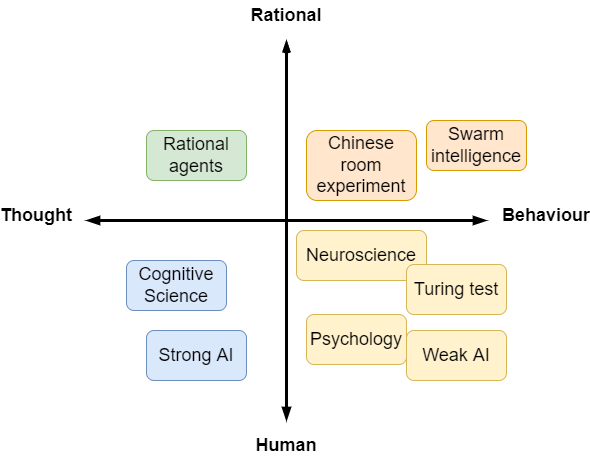
Earlier version of the draw.io export Year 1 - Block A/assets/2-2f.png (RebeccaBorski224315/study-assignments). Source tidied: cells renumbered, new cells last; positions are measured from the earlier drawing's top-left corner, leaving out a move shared by most shapes. The source it was exported from:
```xml
<mxGraphModel background="#ffffff">
  <root>
    <mxCell id="0" />
    <mxCell id="1" parent="0" />
    <mxCell id="2" style="endArrow=openThin;html=1;rounded=0;strokeWidth=3;startArrow=blockThin;startFill=1;endFill=0;sketch=0;labelBackgroundColor=default;labelBorderColor=none;" parent="1" edge="1">
      <mxGeometry relative="1" as="geometry">
        <mxPoint x="280" y="420" as="sourcePoint" />
        <mxPoint x="280" y="40" as="targetPoint" />
      </mxGeometry>
    </mxCell>
    <mxCell id="3" style="endArrow=blockThin;html=1;rounded=0;strokeWidth=3;endFill=1;startArrow=blockThin;startFill=1;sketch=0;labelBackgroundColor=default;labelBorderColor=none;" parent="1" edge="1">
      <mxGeometry relative="1" as="geometry">
        <mxPoint x="80" y="220" as="sourcePoint" />
        <mxPoint x="480" y="220" as="targetPoint" />
      </mxGeometry>
    </mxCell>
    <mxCell id="4" value="&lt;b&gt;&lt;font style=&quot;font-size: 18px;&quot;&gt;Rational&lt;/font&gt;&lt;/b&gt;" style="text;html=1;strokeColor=none;fillColor=none;align=center;verticalAlign=middle;whiteSpace=wrap;rounded=0;sketch=0;labelBackgroundColor=default;labelBorderColor=none;" parent="1" vertex="1">
      <mxGeometry x="250" width="60" height="30" as="geometry" />
    </mxCell>
    <mxCell id="5" value="&lt;b&gt;&lt;font style=&quot;font-size: 18px;&quot;&gt;Human&lt;/font&gt;&lt;/b&gt;" style="text;html=1;strokeColor=none;fillColor=none;align=center;verticalAlign=middle;whiteSpace=wrap;rounded=0;sketch=0;labelBackgroundColor=default;labelBorderColor=none;" parent="1" vertex="1">
      <mxGeometry x="250" y="430" width="60" height="30" as="geometry" />
    </mxCell>
    <mxCell id="6" value="&lt;b&gt;&lt;font style=&quot;font-size: 18px;&quot;&gt;Behaviour&lt;/font&gt;&lt;/b&gt;" style="text;html=1;strokeColor=none;fillColor=none;align=center;verticalAlign=middle;whiteSpace=wrap;rounded=0;sketch=0;labelBackgroundColor=default;labelBorderColor=none;" parent="1" vertex="1">
      <mxGeometry x="510" y="200" width="60" height="30" as="geometry" />
    </mxCell>
    <mxCell id="7" value="&lt;b&gt;&lt;font style=&quot;font-size: 18px;&quot;&gt;Thought&lt;/font&gt;&lt;/b&gt;" style="text;html=1;strokeColor=none;fillColor=none;align=center;verticalAlign=middle;whiteSpace=wrap;rounded=0;sketch=0;labelBackgroundColor=default;labelBorderColor=none;" parent="1" vertex="1">
      <mxGeometry y="200" width="60" height="30" as="geometry" />
    </mxCell>
    <mxCell id="8" value="Weak AI" style="rounded=1;whiteSpace=wrap;html=1;fontSize=18;fillColor=#fff2cc;strokeColor=#d6b656;" parent="1" vertex="1">
      <mxGeometry x="400" y="330" width="100" height="50" as="geometry" />
    </mxCell>
    <mxCell id="9" value="Rational agents" style="rounded=1;whiteSpace=wrap;html=1;fontSize=18;fillColor=#d5e8d4;strokeColor=#82b366;" parent="1" vertex="1">
      <mxGeometry x="140" y="130" width="100" height="50" as="geometry" />
    </mxCell>
    <mxCell id="10" value="Psychology" style="rounded=1;whiteSpace=wrap;html=1;fontSize=18;fillColor=#fff2cc;strokeColor=#d6b656;" parent="1" vertex="1">
      <mxGeometry x="300" y="314" width="100" height="50" as="geometry" />
    </mxCell>
    <mxCell id="11" value="Strong AI" style="rounded=1;whiteSpace=wrap;html=1;fontSize=18;fillColor=#dae8fc;strokeColor=#6c8ebf;" parent="1" vertex="1">
      <mxGeometry x="140" y="330" width="100" height="50" as="geometry" />
    </mxCell>
    <mxCell id="12" value="Swarm intelligence" style="rounded=1;whiteSpace=wrap;html=1;fontSize=18;fillColor=#ffe6cc;strokeColor=#d79b00;" parent="1" vertex="1">
      <mxGeometry x="420" y="120" width="100" height="50" as="geometry" />
    </mxCell>
    <mxCell id="13" value="Chinese room experiment" style="rounded=1;whiteSpace=wrap;html=1;fontSize=18;fillColor=#ffe6cc;strokeColor=#d79b00;" parent="1" vertex="1">
      <mxGeometry x="300" y="130" width="110" height="70" as="geometry" />
    </mxCell>
    <mxCell id="14" value="Cognitive Science" style="rounded=1;whiteSpace=wrap;html=1;fontSize=18;fillColor=#dae8fc;strokeColor=#6c8ebf;" parent="1" vertex="1">
      <mxGeometry x="120" y="260" width="100" height="50" as="geometry" />
    </mxCell>
    <mxCell id="15" value="Neuroscience" style="rounded=1;whiteSpace=wrap;html=1;fontSize=18;fillColor=#fff2cc;strokeColor=#d6b656;" parent="1" vertex="1">
      <mxGeometry x="290" y="230" width="130" height="50" as="geometry" />
    </mxCell>
    <mxCell id="16" style="edgeStyle=orthogonalEdgeStyle;rounded=0;orthogonalLoop=1;jettySize=auto;html=1;exitX=0.5;exitY=1;exitDx=0;exitDy=0;strokeWidth=3;fontSize=18;startArrow=blockThin;startFill=1;endArrow=blockThin;endFill=1;" parent="1" edge="1" source="11" target="11">
      <mxGeometry relative="1" as="geometry" />
    </mxCell>
    <mxCell id="17" value="Turing test" style="rounded=1;whiteSpace=wrap;html=1;fontSize=18;fillColor=#fff2cc;strokeColor=#d6b656;" parent="1" vertex="1">
      <mxGeometry x="400" y="264" width="100" height="50" as="geometry" />
    </mxCell>
  </root>
</mxGraphModel>
```
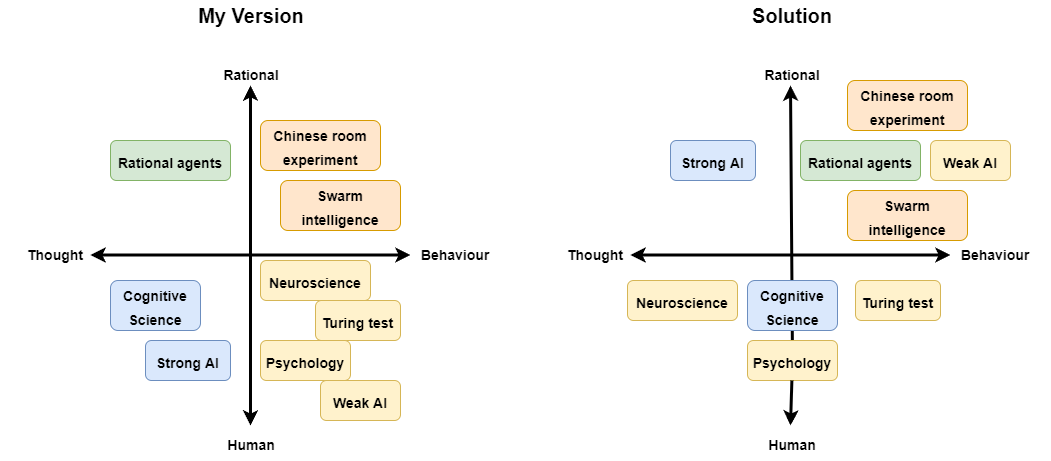
Later version of the same file.

Commit message:
adding the correct answer to 2.2f

What changed in the source:
```diff
@@ -1,60 +1,118 @@
-<mxGraphModel background="#ffffff">
+<mxGraphModel>
   <root>
     <mxCell id="0" />
     <mxCell id="1" parent="0" />
-    <mxCell id="2" style="endArrow=openThin;html=1;rounded=0;strokeWidth=3;startArrow=blockThin;startFill=1;endFill=0;sketch=0;labelBackgroundColor=default;labelBorderColor=none;" parent="1" edge="1">
-      <mxGeometry relative="1" as="geometry">
-        <mxPoint x="280" y="420" as="sourcePoint" />
-        <mxPoint x="280" y="40" as="targetPoint" />
-      </mxGeometry>
-    </mxCell>
-    <mxCell id="3" style="endArrow=blockThin;html=1;rounded=0;strokeWidth=3;endFill=1;startArrow=blockThin;startFill=1;sketch=0;labelBackgroundColor=default;labelBorderColor=none;" parent="1" edge="1">
-      <mxGeometry relative="1" as="geometry">
-        <mxPoint x="80" y="220" as="sourcePoint" />
-        <mxPoint x="480" y="220" as="targetPoint" />
-      </mxGeometry>
-    </mxCell>
-    <mxCell id="4" value="&lt;b&gt;&lt;font style=&quot;font-size: 18px;&quot;&gt;Rational&lt;/font&gt;&lt;/b&gt;" style="text;html=1;strokeColor=none;fillColor=none;align=center;verticalAlign=middle;whiteSpace=wrap;rounded=0;sketch=0;labelBackgroundColor=default;labelBorderColor=none;" parent="1" vertex="1">
-      <mxGeometry x="250" width="60" height="30" as="geometry" />
-    </mxCell>
-    <mxCell id="5" value="&lt;b&gt;&lt;font style=&quot;font-size: 18px;&quot;&gt;Human&lt;/font&gt;&lt;/b&gt;" style="text;html=1;strokeColor=none;fillColor=none;align=center;verticalAlign=middle;whiteSpace=wrap;rounded=0;sketch=0;labelBackgroundColor=default;labelBorderColor=none;" parent="1" vertex="1">
-      <mxGeometry x="250" y="430" width="60" height="30" as="geometry" />
-    </mxCell>
-    <mxCell id="6" value="&lt;b&gt;&lt;font style=&quot;font-size: 18px;&quot;&gt;Behaviour&lt;/font&gt;&lt;/b&gt;" style="text;html=1;strokeColor=none;fillColor=none;align=center;verticalAlign=middle;whiteSpace=wrap;rounded=0;sketch=0;labelBackgroundColor=default;labelBorderColor=none;" parent="1" vertex="1">
-      <mxGeometry x="510" y="200" width="60" height="30" as="geometry" />
-    </mxCell>
-    <mxCell id="7" value="&lt;b&gt;&lt;font style=&quot;font-size: 18px;&quot;&gt;Thought&lt;/font&gt;&lt;/b&gt;" style="text;html=1;strokeColor=none;fillColor=none;align=center;verticalAlign=middle;whiteSpace=wrap;rounded=0;sketch=0;labelBackgroundColor=default;labelBorderColor=none;" parent="1" vertex="1">
-      <mxGeometry y="200" width="60" height="30" as="geometry" />
-    </mxCell>
-    <mxCell id="8" value="Weak AI" style="rounded=1;whiteSpace=wrap;html=1;fontSize=18;fillColor=#fff2cc;strokeColor=#d6b656;" parent="1" vertex="1">
-      <mxGeometry x="400" y="330" width="100" height="50" as="geometry" />
-    </mxCell>
-    <mxCell id="9" value="Rational agents" style="rounded=1;whiteSpace=wrap;html=1;fontSize=18;fillColor=#d5e8d4;strokeColor=#82b366;" parent="1" vertex="1">
-      <mxGeometry x="140" y="130" width="100" height="50" as="geometry" />
-    </mxCell>
-    <mxCell id="10" value="Psychology" style="rounded=1;whiteSpace=wrap;html=1;fontSize=18;fillColor=#fff2cc;strokeColor=#d6b656;" parent="1" vertex="1">
-      <mxGeometry x="300" y="314" width="100" height="50" as="geometry" />
-    </mxCell>
-    <mxCell id="11" value="Strong AI" style="rounded=1;whiteSpace=wrap;html=1;fontSize=18;fillColor=#dae8fc;strokeColor=#6c8ebf;" parent="1" vertex="1">
-      <mxGeometry x="140" y="330" width="100" height="50" as="geometry" />
-    </mxCell>
-    <mxCell id="12" value="Swarm intelligence" style="rounded=1;whiteSpace=wrap;html=1;fontSize=18;fillColor=#ffe6cc;strokeColor=#d79b00;" parent="1" vertex="1">
-      <mxGeometry x="420" y="120" width="100" height="50" as="geometry" />
-    </mxCell>
-    <mxCell id="13" value="Chinese room experiment" style="rounded=1;whiteSpace=wrap;html=1;fontSize=18;fillColor=#ffe6cc;strokeColor=#d79b00;" parent="1" vertex="1">
-      <mxGeometry x="300" y="130" width="110" height="70" as="geometry" />
-    </mxCell>
-    <mxCell id="14" value="Cognitive Science" style="rounded=1;whiteSpace=wrap;html=1;fontSize=18;fillColor=#dae8fc;strokeColor=#6c8ebf;" parent="1" vertex="1">
-      <mxGeometry x="120" y="260" width="100" height="50" as="geometry" />
-    </mxCell>
-    <mxCell id="15" value="Neuroscience" style="rounded=1;whiteSpace=wrap;html=1;fontSize=18;fillColor=#fff2cc;strokeColor=#d6b656;" parent="1" vertex="1">
-      <mxGeometry x="290" y="230" width="130" height="50" as="geometry" />
-    </mxCell>
-    <mxCell id="16" style="edgeStyle=orthogonalEdgeStyle;rounded=0;orthogonalLoop=1;jettySize=auto;html=1;exitX=0.5;exitY=1;exitDx=0;exitDy=0;strokeWidth=3;fontSize=18;startArrow=blockThin;startFill=1;endArrow=blockThin;endFill=1;" parent="1" edge="1" source="11" target="11">
-      <mxGeometry relative="1" as="geometry" />
-    </mxCell>
-    <mxCell id="17" value="Turing test" style="rounded=1;whiteSpace=wrap;html=1;fontSize=18;fillColor=#fff2cc;strokeColor=#d6b656;" parent="1" vertex="1">
-      <mxGeometry x="400" y="264" width="100" height="50" as="geometry" />
-    </mxCell>
+    <mxCell id="18" style="endArrow=classic;startArrow=classic;html=1;rounded=0;strokeWidth=3;" parent="1" edge="1">
+      <mxGeometry relative="1" as="geometry">
+        <mxPoint x="120" y="345" as="sourcePoint" />
+        <mxPoint x="120" y="5" as="targetPoint" />
+      </mxGeometry>
+    </mxCell>
+    <mxCell id="19" style="endArrow=classic;startArrow=classic;html=1;rounded=0;strokeWidth=3;" parent="1" edge="1">
+      <mxGeometry relative="1" as="geometry">
+        <mxPoint x="-40" y="174.5" as="sourcePoint" />
+        <mxPoint x="280" y="174.5" as="targetPoint" />
+      </mxGeometry>
+    </mxCell>
+    <mxCell id="20" style="endArrow=classic;startArrow=none;html=1;rounded=0;strokeWidth=3;" parent="1" edge="1" source="48">
+      <mxGeometry relative="1" as="geometry">
+        <mxPoint x="660" y="5" as="targetPoint" />
+      </mxGeometry>
+    </mxCell>
+    <mxCell id="21" style="endArrow=classic;startArrow=classic;html=1;rounded=0;strokeWidth=3;" parent="1" edge="1">
+      <mxGeometry relative="1" as="geometry">
+        <mxPoint x="500" y="174.5" as="sourcePoint" />
+        <mxPoint x="820" y="174.5" as="targetPoint" />
+      </mxGeometry>
+    </mxCell>
+    <mxCell id="22" value="&lt;b style=&quot;font-size: 20px;&quot;&gt;&lt;font style=&quot;font-size: 20px;&quot;&gt;My Version&lt;/font&gt;&lt;/b&gt;" style="text;html=1;align=center;verticalAlign=middle;whiteSpace=wrap;rounded=0;fontSize=20;" parent="1" vertex="1">
+      <mxGeometry x="66" y="-80" width="110" height="30" as="geometry" />
+    </mxCell>
+    <mxCell id="23" value="&lt;b style=&quot;font-size: 20px;&quot;&gt;&lt;font style=&quot;font-size: 20px;&quot;&gt;Solution&lt;/font&gt;&lt;/b&gt;" style="text;html=1;strokeColor=none;fillColor=none;align=center;verticalAlign=middle;whiteSpace=wrap;rounded=0;fontSize=20;" parent="1" vertex="1">
+      <mxGeometry x="607" y="-80" width="110" height="30" as="geometry" />
+    </mxCell>
+    <mxCell id="24" value="&lt;b&gt;&lt;font style=&quot;font-size: 14px;&quot;&gt;Rational&lt;/font&gt;&lt;/b&gt;" style="text;html=1;strokeColor=none;fillColor=none;align=center;verticalAlign=middle;whiteSpace=wrap;rounded=0;" parent="1" vertex="1">
+      <mxGeometry x="66" y="-20" width="110" height="30" as="geometry" />
+    </mxCell>
+    <mxCell id="25" value="&lt;b&gt;&lt;font style=&quot;font-size: 14px;&quot;&gt;Rational&lt;/font&gt;&lt;/b&gt;" style="text;html=1;strokeColor=none;fillColor=none;align=center;verticalAlign=middle;whiteSpace=wrap;rounded=0;" parent="1" vertex="1">
+      <mxGeometry x="607" y="-20" width="110" height="30" as="geometry" />
+    </mxCell>
+    <mxCell id="26" value="&lt;b&gt;&lt;font style=&quot;font-size: 14px;&quot;&gt;Human&lt;/font&gt;&lt;/b&gt;" style="text;html=1;strokeColor=none;fillColor=none;align=center;verticalAlign=middle;whiteSpace=wrap;rounded=0;" parent="1" vertex="1">
+      <mxGeometry x="66" y="350" width="110" height="30" as="geometry" />
+    </mxCell>
+    <mxCell id="27" value="&lt;b&gt;&lt;font style=&quot;font-size: 14px;&quot;&gt;Human&lt;/font&gt;&lt;/b&gt;" style="text;html=1;strokeColor=none;fillColor=none;align=center;verticalAlign=middle;whiteSpace=wrap;rounded=0;" parent="1" vertex="1">
+      <mxGeometry x="607" y="350" width="110" height="30" as="geometry" />
+    </mxCell>
+    <mxCell id="28" value="&lt;b&gt;&lt;font style=&quot;font-size: 14px;&quot;&gt;Thought&lt;/font&gt;&lt;/b&gt;" style="text;html=1;strokeColor=none;fillColor=none;align=center;verticalAlign=middle;whiteSpace=wrap;rounded=0;" parent="1" vertex="1">
+      <mxGeometry x="-130" y="160" width="110" height="30" as="geometry" />
+    </mxCell>
+    <mxCell id="29" value="&lt;b&gt;&lt;font style=&quot;font-size: 14px;&quot;&gt;Thought&lt;/font&gt;&lt;/b&gt;" style="text;html=1;strokeColor=none;fillColor=none;align=center;verticalAlign=middle;whiteSpace=wrap;rounded=0;" parent="1" vertex="1">
+      <mxGeometry x="410" y="160" width="110" height="30" as="geometry" />
+    </mxCell>
+    <mxCell id="30" value="&lt;b&gt;&lt;font style=&quot;font-size: 14px;&quot;&gt;Behaviour&lt;/font&gt;&lt;/b&gt;" style="text;html=1;strokeColor=none;fillColor=none;align=center;verticalAlign=middle;whiteSpace=wrap;rounded=0;" parent="1" vertex="1">
+      <mxGeometry x="270" y="160" width="110" height="30" as="geometry" />
+    </mxCell>
+    <mxCell id="31" value="&lt;b&gt;&lt;font style=&quot;font-size: 14px;&quot;&gt;Behaviour&lt;/font&gt;&lt;/b&gt;" style="text;html=1;strokeColor=none;fillColor=none;align=center;verticalAlign=middle;whiteSpace=wrap;rounded=0;" parent="1" vertex="1">
+      <mxGeometry x="810" y="160" width="110" height="30" as="geometry" />
+    </mxCell>
+    <mxCell id="32" value="&lt;font style=&quot;font-size: 14px;&quot;&gt;&lt;b&gt;Rational agents&lt;/b&gt;&lt;/font&gt;" style="rounded=1;whiteSpace=wrap;html=1;fontSize=20;fillColor=#d5e8d4;strokeColor=#82b366;" parent="1" vertex="1">
+      <mxGeometry x="-20" y="60" width="120" height="40" as="geometry" />
+    </mxCell>
+    <mxCell id="33" value="&lt;font style=&quot;font-size: 14px;&quot;&gt;&lt;b&gt;Rational agents&lt;/b&gt;&lt;/font&gt;" style="rounded=1;whiteSpace=wrap;html=1;fontSize=20;fillColor=#d5e8d4;strokeColor=#82b366;" parent="1" vertex="1">
+      <mxGeometry x="670" y="60" width="120" height="40" as="geometry" />
+    </mxCell>
+    <mxCell id="34" value="&lt;font style=&quot;font-size: 14px;&quot;&gt;&lt;b&gt;Chinese room experiment&lt;/b&gt;&lt;/font&gt;" style="rounded=1;whiteSpace=wrap;html=1;fontSize=20;fillColor=#ffe6cc;strokeColor=#d79b00;" parent="1" vertex="1">
+      <mxGeometry x="130" y="40" width="120" height="50" as="geometry" />
+    </mxCell>
+    <mxCell id="35" value="&lt;font style=&quot;font-size: 14px;&quot;&gt;&lt;b&gt;Chinese room experiment&lt;/b&gt;&lt;/font&gt;" style="rounded=1;whiteSpace=wrap;html=1;fontSize=20;fillColor=#ffe6cc;strokeColor=#d79b00;" parent="1" vertex="1">
+      <mxGeometry x="717" width="120" height="50" as="geometry" />
+    </mxCell>
+    <mxCell id="36" value="&lt;font style=&quot;font-size: 14px;&quot;&gt;&lt;b&gt;Swarm intelligence&lt;/b&gt;&lt;/font&gt;" style="rounded=1;whiteSpace=wrap;html=1;fontSize=20;fillColor=#ffe6cc;strokeColor=#d79b00;" parent="1" vertex="1">
+      <mxGeometry x="150" y="100" width="120" height="50" as="geometry" />
+    </mxCell>
+    <mxCell id="37" value="&lt;font style=&quot;font-size: 14px;&quot;&gt;&lt;b&gt;Swarm intelligence&lt;/b&gt;&lt;/font&gt;" style="rounded=1;whiteSpace=wrap;html=1;fontSize=20;fillColor=#ffe6cc;strokeColor=#d79b00;" parent="1" vertex="1">
+      <mxGeometry x="717" y="110" width="120" height="50" as="geometry" />
+    </mxCell>
+    <mxCell id="38" value="&lt;font style=&quot;font-size: 14px;&quot;&gt;&lt;b&gt;Cognitive Science&lt;/b&gt;&lt;/font&gt;" style="rounded=1;whiteSpace=wrap;html=1;fontSize=20;fillColor=#dae8fc;strokeColor=#6c8ebf;" parent="1" vertex="1">
+      <mxGeometry x="-20" y="200" width="90" height="50" as="geometry" />
+    </mxCell>
+    <mxCell id="39" value="&lt;font style=&quot;font-size: 14px;&quot;&gt;&lt;b&gt;Cognitive Science&lt;/b&gt;&lt;/font&gt;" style="rounded=1;whiteSpace=wrap;html=1;fontSize=20;fillColor=#dae8fc;strokeColor=#6c8ebf;" parent="1" vertex="1">
+      <mxGeometry x="617" y="200" width="90" height="50" as="geometry" />
+    </mxCell>
+    <mxCell id="40" value="&lt;font style=&quot;font-size: 14px;&quot;&gt;&lt;b&gt;Strong AI&lt;/b&gt;&lt;/font&gt;" style="rounded=1;whiteSpace=wrap;html=1;fontSize=20;fillColor=#dae8fc;strokeColor=#6c8ebf;" parent="1" vertex="1">
+      <mxGeometry x="15" y="260" width="85" height="40" as="geometry" />
+    </mxCell>
+    <mxCell id="41" value="&lt;font style=&quot;font-size: 14px;&quot;&gt;&lt;b&gt;Strong AI&lt;/b&gt;&lt;/font&gt;" style="rounded=1;whiteSpace=wrap;html=1;fontSize=20;fillColor=#dae8fc;strokeColor=#6c8ebf;" parent="1" vertex="1">
+      <mxGeometry x="540" y="60" width="85" height="40" as="geometry" />
+    </mxCell>
+    <mxCell id="42" value="&lt;font style=&quot;font-size: 14px;&quot;&gt;&lt;b&gt;Neuroscience&lt;/b&gt;&lt;/font&gt;" style="rounded=1;whiteSpace=wrap;html=1;fontSize=20;fillColor=#fff2cc;strokeColor=#d6b656;" parent="1" vertex="1">
+      <mxGeometry x="130" y="180" width="110" height="40" as="geometry" />
+    </mxCell>
+    <mxCell id="43" value="&lt;font style=&quot;font-size: 14px;&quot;&gt;&lt;b&gt;Turing test&lt;/b&gt;&lt;/font&gt;" style="rounded=1;whiteSpace=wrap;html=1;fontSize=20;fillColor=#fff2cc;strokeColor=#d6b656;" parent="1" vertex="1">
+      <mxGeometry x="185" y="220" width="85" height="40" as="geometry" />
+    </mxCell>
+    <mxCell id="44" value="&lt;font style=&quot;font-size: 14px;&quot;&gt;&lt;b&gt;Psychology&lt;/b&gt;&lt;/font&gt;" style="rounded=1;whiteSpace=wrap;html=1;fontSize=20;fillColor=#fff2cc;strokeColor=#d6b656;" parent="1" vertex="1">
+      <mxGeometry x="130" y="260" width="90" height="40" as="geometry" />
+    </mxCell>
+    <mxCell id="45" value="&lt;font style=&quot;font-size: 14px;&quot;&gt;&lt;b&gt;Weak AI&lt;/b&gt;&lt;/font&gt;" style="rounded=1;whiteSpace=wrap;html=1;fontSize=20;fillColor=#fff2cc;strokeColor=#d6b656;" parent="1" vertex="1">
+      <mxGeometry x="190" y="300" width="80" height="40" as="geometry" />
+    </mxCell>
+    <mxCell id="46" value="&lt;font style=&quot;font-size: 14px;&quot;&gt;&lt;b&gt;Neuroscience&lt;/b&gt;&lt;/font&gt;" style="rounded=1;whiteSpace=wrap;html=1;fontSize=20;fillColor=#fff2cc;strokeColor=#d6b656;" parent="1" vertex="1">
+      <mxGeometry x="497" y="200" width="110" height="40" as="geometry" />
+    </mxCell>
+    <mxCell id="47" value="&lt;font style=&quot;font-size: 14px;&quot;&gt;&lt;b&gt;Turing test&lt;/b&gt;&lt;/font&gt;" style="rounded=1;whiteSpace=wrap;html=1;fontSize=20;fillColor=#fff2cc;strokeColor=#d6b656;" parent="1" vertex="1">
+      <mxGeometry x="725" y="200" width="85" height="40" as="geometry" />
+    </mxCell>
+    <mxCell id="48" value="&lt;font style=&quot;font-size: 14px;&quot;&gt;&lt;b&gt;Psychology&lt;/b&gt;&lt;/font&gt;" style="rounded=1;whiteSpace=wrap;html=1;fontSize=20;fillColor=#fff2cc;strokeColor=#d6b656;" parent="1" vertex="1">
+      <mxGeometry x="617" y="260" width="90" height="40" as="geometry" />
+    </mxCell>
+    <mxCell id="49" style="endArrow=none;startArrow=classic;html=1;rounded=0;strokeWidth=3;" parent="1" edge="1" target="48">
+      <mxGeometry relative="1" as="geometry">
+        <mxPoint x="660" y="345" as="sourcePoint" />
+      </mxGeometry>
+    </mxCell>
+    <mxCell id="50" value="&lt;font style=&quot;font-size: 14px;&quot;&gt;&lt;b&gt;Weak AI&lt;/b&gt;&lt;/font&gt;" style="rounded=1;whiteSpace=wrap;html=1;fontSize=20;fillColor=#fff2cc;strokeColor=#d6b656;" parent="1" vertex="1">
+      <mxGeometry x="800" y="60" width="80" height="40" as="geometry" />
+    </mxCell>
   </root>
 </mxGraphModel>
```
